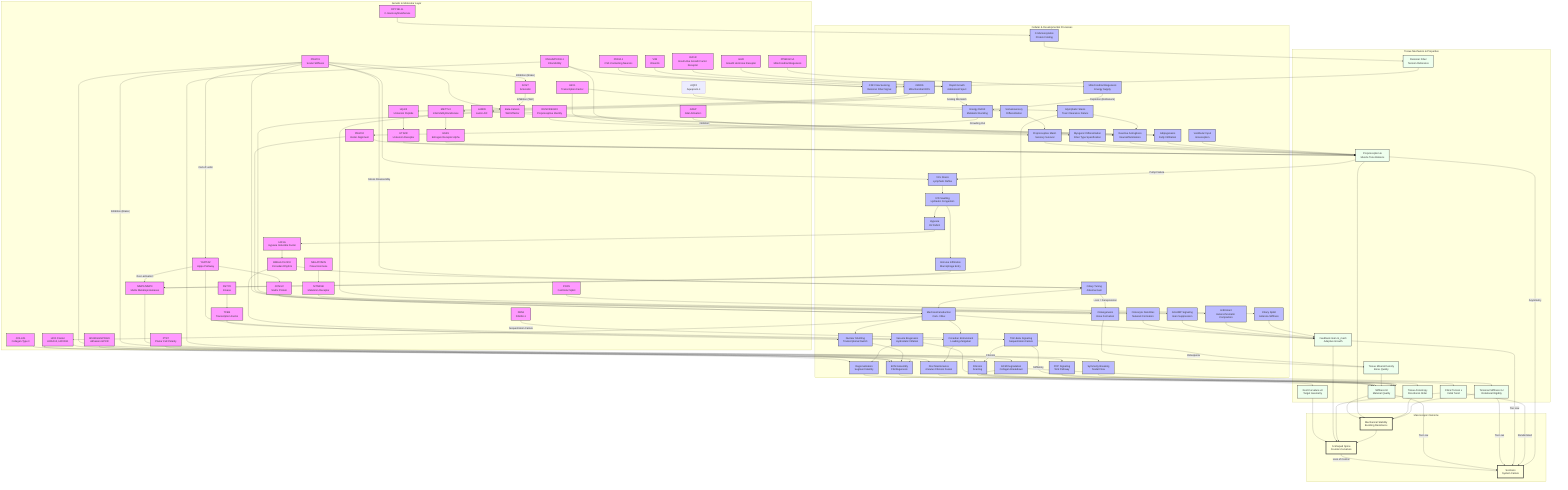
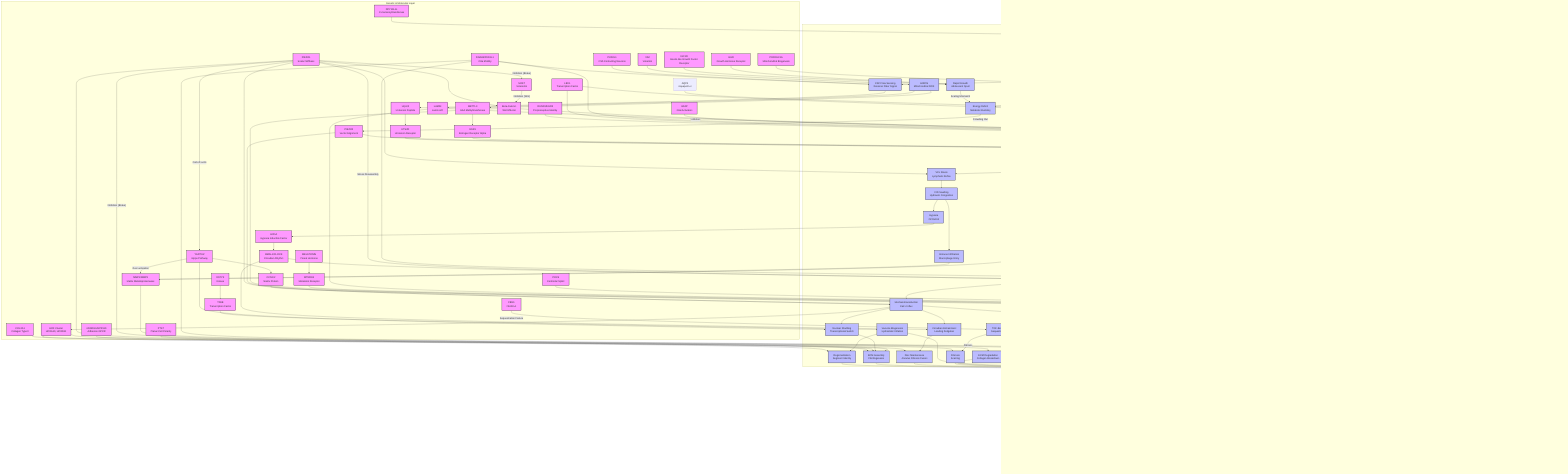
graph TD
    %% Subgraphs for Organization
    subgraph Genetics [Genetic & Molecular Layer]
        HOX[HOX Cluster<br/>HOXA10, HOXD11]
        COL[COL2A1<br/>Collagen Type II]
        PIEZO1[PIEZO1<br/>Scalar Stiffness]
        PIEZO2[PIEZO2<br/>Vector Alignment]
        CILIA[DNAH5/PKD1L1<br/>Cilia Motility]
        LBX1[LBX1<br/>Transcription Factor]
        ADGRG6[ADGRG6/GPR126<br/>Adhesion GPCR]
        PTK7[PTK7<br/>Planar Cell Polarity]
        YAP[YAP/TAZ<br/>Hippo Pathway]
        PKD2L1[PKD2L1<br/>CSF-Contacting Neurons]
        MMP[MMP1/MMP3<br/>Matrix Metalloproteinases]
        URP[Urp1/2<br/>Urotensin Peptide]
        UTS2R[UTS2R<br/>Urotensin Receptor]
        GFAP[GFAP<br/>Glial Activation]
        VIM[VIM<br/>Vimentin]
        LAMIN[LAMIN<br/>Lamin A/C]
        BMAL1[BMAL1/CLOCK<br/>Circadian Rhythm]
        RUNX3[RUNX3/EGR3<br/>Proprioceptive Identity]
        METTL3[METTL3<br/>m6A Methyltransferase]
        ESR1[ESR1<br/>Estrogen Receptor Alpha]
        AQP4[AQP4<br/>Aquaporin-4]
        MELATONIN[MELATONIN<br/>Pineal Hormone]
        MT2[MTNR1B<br/>Melatonin Receptor]
        HIF1A[HIF1A<br/>Hypoxia Inducible Factor]
        POC5[POC5<br/>Centriolar Splint]
        DSTYK[DSTYK<br/>Kinase]
        TFEB[TFEB<br/>Transcription Factor]
        Beta_Catenin[Beta-Catenin<br/>Wnt Effector]
        DPY19L1L[DPY19L1L<br/>C-mannosyltransferase]
        IGF1R[IGF1R<br/>Insulin-like Growth Factor Receptor]
        GHR[GHR<br/>Growth Hormone Receptor]
        SOST[SOST<br/>Sclerostin]
        FBN1[FBN1<br/>Fibrillin-1]
        CCN[CCN1/2<br/>Matrix Protein]
        PPARGC1A[PPARGC1A<br/>Mitochondrial Biogenesis]
    end

    subgraph Processes [Cellular & Developmental Processes]
        Astrogliosis[Reactive Astrogliosis<br/>Neuroinflammation]
        Region[Regionalization<br/>Segment Identity]
        ECM_Assembly[ECM Assembly<br/>Fibrillogenesis]
        Nucl_Shuttle[Nuclear Shuttling<br/>Transcriptional Switch]
        Mech_Trans[Mechanotransduction<br/>Ca2+ Influx]
        Sym_Break[Symmetry Breaking<br/>Nodal Flow]
        CSF_Sensing[CSF Flow Sensing<br/>Reissner Fiber Signal]
        Neur_Diff[Somatosensory<br/>Differentiation]
        Muscle_Diff[Myogenic Differentiation<br/>Fiber Type Specification]
        Disc_Maint[Disc Maintenance<br/>Annulus Fibrosis Fusion]
        PCP_Sig[PCP Signaling<br/>Wnt Pathway]
        Degradation[ECM Degradation<br/>Collagen Breakdown]
        mtROS[mtROS<br/>Mitochondrial ROS]
        Adipogenesis[Adipogenesis<br/>Fatty Infiltration]
        Hydraulic_Congestion[IVD Swelling<br/>Hydraulic Congestion]
        Immune_Infilt[Immune Infiltration<br/>Macrophage Entry]
        Circadian_Entrain[Circadian Entrainment<br/>Loading Zeitgeber]
        Proprio_Maint[Proprioceptive Maint.<br/>Sensory Survival]
        H3K9me3[H3K9me3<br/>Heterochromatin Compaction]
        VCL_Stasis[VCL Stasis<br/>Lymphatic Reflux]
        Glymphatic_Stasis[Glymphatic Stasis<br/>Toxic Clearance Failure]
        Vestibular_Input[Vestibular Input<br/>Graviception]
        Gi_cAMP[Gi/cAMP Signaling<br/>Gain Suppression]
        Ciliary_Tuning[Ciliary Tuning<br/>Antenna Gain]
        Hypoxia[Hypoxia<br/>O2 Deficit]
        Osteogenesis[Osteogenesis<br/>Bone Formation]
        Ciliary_Splint[Ciliary Splint<br/>Antenna Stiffness]
        Vacuole_Biogenesis[Vacuole Biogenesis<br/>Hydrostatic Inflation]
        C_Mannosylation[C-Mannosylation<br/>Protein Folding]
        Rapid_Growth[Rapid Growth<br/>Adolescent Spurt]
        Energy_Deficit[Energy Deficit<br/>Metabolic Buckling]
        mtBiogenesis[Mitochondrial Biogenesis<br/>Energy Supply]
        Fibrosis[Fibrosis<br/>Scarring]
        TGFB[TGF-Beta Signaling<br/>Sequestration Failure]
        Osteocyte_Dendrite[Osteocyte Dendrites<br/>Network Formation]
+         Actin_Dynamics[Actin Cytoskeleton<br/>Strain Rearrangement]
+         VEGF_A[VEGF-A/PGE2<br/>Secretory Response]
    end

    subgraph Tissue [Tissue Mechanics & Properties]
        Rest_Kappa[Rest Curvature κ0<br/>Target Geometry]
        Stiffness[Stiffness EI<br/>Material Quality]
        Torsional_Stiffness[Torsional Stiffness GJ<br/>Rotational Rigidity]
        Gain[Feedback Gain G_mech<br/>Adaptive Growth]
        Torsion[Chiral Torsion ε<br/>Initial Twist]
        Muscle_Tone[Proprioception &<br/>Muscle Tone Balance]
        Anisotropy[Tissue Anisotropy<br/>Directional Order]
        TMD[Tissue Mineral Density<br/>Bone Quality]
        Reissner_Fiber[Reissner Fiber<br/>Tension Reference]
    end

    subgraph Outcome [Macroscopic Outcome]
        S_Curve[S-Shaped Spine<br/>Counter-Curvature]
        Stability[Mechanical Stability<br/>Buckling Resistance]
        Scoliosis[Scoliosis<br/>System Failure]
    end

    %% Connections
    HOX --> Region
    Region --> Rest_Kappa
    Rest_Kappa --> S_Curve

    COL --> ECM_Assembly
    ECM_Assembly --> Stiffness
    Stiffness --> Stability

    PIEZO1 --> Mech_Trans
    PIEZO2 --> Mech_Trans
    Mech_Trans --> Gain
    Gain --> S_Curve

    %% NEW ARC: Piezo Duality (Vector-Scalar Mismatch)
    PIEZO1 --> ECM_Assembly
    PIEZO2 --> Muscle_Tone

    CILIA --> Sym_Break
    Sym_Break --> Torsion
    Torsion --> S_Curve

    LBX1 --> Neur_Diff
    LBX1 --> Muscle_Diff
    Neur_Diff --> Proprio_Maint
    Proprio_Maint --> Muscle_Tone
    Muscle_Diff --> Muscle_Tone
    Muscle_Tone --> Stability

    %% NEW ARC: Proprioceptive Maintenance
    RUNX3 --> Proprio_Maint

    %% NEW ARC: ADGRG6
    ADGRG6 --> Disc_Maint
    Disc_Maint --> Stiffness

    %% NEW ARC: PTK7
    PTK7 --> PCP_Sig
    PCP_Sig --> Anisotropy
    Anisotropy --> Stability

    %% NEW ARC: YAP/TAZ
    YAP --> Nucl_Shuttle
    Nucl_Shuttle --> ECM_Assembly
    Mech_Trans --> Nucl_Shuttle

    %% NEW ARC: Osteocyte Dendrite Cost Mechanism (Hu et al. 2025)
    YAP --> CCN
    CCN --> Osteocyte_Dendrite
    Osteocyte_Dendrite --> Gain

    %% NEW ARC: CSF/Reissner Fiber
    CILIA --> CSF_Sensing
    PKD2L1 --> CSF_Sensing
    CSF_Sensing --> URP
    URP --> UTS2R
    UTS2R --> Muscle_Tone

    %% NEW ARC: MMP Degradation
    MMP --> Degradation
    Degradation --> Stiffness

    %% NEW ARC: Neuro-Inflammatory Pathway
    CILIA --> Astrogliosis
    GFAP --> Astrogliosis
    Astrogliosis --> Muscle_Tone

    %% NEW ARC: Vimentin Metabolic Switch
    VIM --> mtROS
    mtROS --> LAMIN
    LAMIN --> Adipogenesis
    Adipogenesis --> Muscle_Tone

    %% NEW ARC: Inflamed Torsion
    Hydraulic_Congestion --> Immune_Infilt
    Immune_Infilt --> MMP
    Degradation --> Torsional_Stiffness
    Torsional_Stiffness --> Stability

    %% NEW ARC: Glymphatic Stasis
    AQP4 --> Glymphatic_Stasis
    Glymphatic_Stasis --> Astrogliosis

    %% NEW ARC: Glymphatic-MMP Axis (Chen et al., 2025)
    Glymphatic_Stasis --> MMP

    %% NEW ARC: Melatonin Gain Control
    MELATONIN --> MT2
    MT2 --> Gi_cAMP
    Gi_cAMP --> Gain

    %% NEW ARC: Vestibular Asymmetry
    Vestibular_Input --> Muscle_Tone

    %% Cross-Talk and Failures
    Stability --> S_Curve
    S_Curve -- "Loss of Control" --> Scoliosis
    Stiffness -- "Too Low" --> Scoliosis
    Torsional_Stiffness -- "Too Low" --> Scoliosis
    Gain -- "Too Low" --> Scoliosis
    Torsion -- "Randomized" --> Scoliosis
    Muscle_Tone -- "Asymmetry" --> Scoliosis

    %% Styling
    classDef gene fill:#f9f,stroke:#333,stroke-width:2px;
    classDef process fill:#bbf,stroke:#333,stroke-width:2px;
    classDef tissue fill:#efe,stroke:#333,stroke-width:2px;
    classDef outcome fill:#ffd,stroke:#333,stroke-width:4px;

    %% NEW ARC: Spinal Jetlag
    BMAL1 --> Circadian_Entrain
    Mech_Trans --> Circadian_Entrain
    Circadian_Entrain --> Disc_Maint

    %% NEW ARC: Tunable Antenna (Miyoshi et al., 2024)
    BMAL1 --> Ciliary_Tuning
    Ciliary_Tuning --> Mech_Trans

    %% NEW ARC: Epigenetic Asymmetry
    mtROS --> METTL3
    METTL3 --> ESR1
    ESR1 --> Muscle_Tone

    %% NEW ARC: Nuclear Stiffness (Scalar Senescence)
    LAMIN --> H3K9me3
    H3K9me3 --> Gain

    %% NEW ARC: Lymphatic Drainage Pathway (VCL)
    Muscle_Tone -- "Pump Failure" --> VCL_Stasis
    VCL_Stasis --> Hydraulic_Congestion

    %% NEW ARC: Hypoxic Clock Block (HIF1A)
    Hydraulic_Congestion --> Hypoxia
    Hypoxia --> HIF1A
    HIF1A --> BMAL1

    %% NEW ARC: Tension-Dependent Identity (HOX)
    Mech_Trans --> HOX
    HOX --> ECM_Assembly

    %% NEW ARC: Bone Mineralization (Ramli et al., 2024)
    %% PIEZO1 --> Osteogenesis (Replaced by BMSC Switch below)
    Osteogenesis --> TMD
    TMD --> Stiffness

    %% NEW ARC: BMSC Fate Switch (Li et al., 2023)
    PIEZO1 --> Beta_Catenin
    Beta_Catenin --> Osteogenesis
    Beta_Catenin -- "Inhibition" --> Adipogenesis

    %% NEW ARC: Centriolar Splint (POC5)
    POC5 --> Ciliary_Splint
    Ciliary_Splint --> Gain

    %% NEW ARC: Hydrostatic Skeleton (DSTYK/TFEB)
    DSTYK --> TFEB
    TFEB --> Vacuole_Biogenesis
    Vacuole_Biogenesis --> Stiffness
    Vacuole_Biogenesis --> Region

    %% NEW ARC: Piezo-Cilia Stress Lock (Chen et al., 2025)
    PIEZO1 -- "Stress Disassembly" --> Ciliary_Tuning
    Ciliary_Tuning -- "Loss = Derepression" --> Osteogenesis

    %% NEW ARC: Sweet String Pathway (DPY19L1L)
    DPY19L1L --> C_Mannosylation
    C_Mannosylation --> Reissner_Fiber
    Reissner_Fiber --> CSF_Sensing

    %% NEW ARC: Metabolic Buckling Pathway
    IGF1R --> Rapid_Growth
    GHR --> Rapid_Growth
    Rapid_Growth -- "Scaling Mismatch" --> Energy_Deficit
    Energy_Deficit -- "Crowding Out" --> PIEZO2
    PPARGC1A --> mtBiogenesis
    mtBiogenesis -- "Depletion (Bottleneck)" --> Energy_Deficit

    %% NEW ARC: Piezo-Lymphatic Baroreflex
    PIEZO1 --> VCL_Stasis

    %% NEW ARC: Piezo-Fibrosis Brake (Rashidi et al., 2025)
    PIEZO1 -- "Inhibition (Brake)" --> Fibrosis
    Fibrosis --> Stiffness

    %% NEW ARC: Sclerostin Brake (Vasiliadis 2021)
    PIEZO1 -- "Inhibition (Brake)" --> SOST
    SOST -- "Inhibition (Wnt)" --> Beta_Catenin

    %% NEW ARC: PIEZO1-YAP Disc Degeneration Axis (Peng et al., 2025)
    PIEZO1 -- "Ca2+/F-actin" --> YAP
    YAP -- "Over-activation" --> MMP

    %% NEW ARC: Fibrillin-TGFB Tether (Marfanoid Mechanism)
    FBN1 -- "Sequestration Failure" --> TGFB
    TGFB -- "Osteopenia" --> TMD
    TGFB -- "Fibrosis" --> Fibrosis
    TGFB -- "Stiffening" --> Stiffness

+     %% NEW ARC: Osteoblast Mechanotransduction Defect (Oliazadeh et al., 2022)
+     CILIA --> Actin_Dynamics
+     Actin_Dynamics -- "Impaired in AIS" --> VEGF_A
+     VEGF_A --> Gain
+ 
    class HOX,COL,PIEZO1,PIEZO2,CILIA,LBX1,ADGRG6,PTK7,YAP,PKD2L1,MMP,URP,UTS2R,GFAP,VIM,LAMIN,BMAL1,RUNX3,METTL3,ESR1,MELATONIN,MT2,HIF1A,POC5,DSTYK,TFEB,Beta_Catenin,DPY19L1L,IGF1R,GHR,SOST,FBN1,CCN,PPARGC1A gene;
-     class Region,ECM_Assembly,Mech_Trans,Sym_Break,Neur_Diff,Muscle_Diff,Disc_Maint,PCP_Sig,Nucl_Shuttle,CSF_Sensing,Degradation,Astrogliosis,mtROS,Adipogenesis,Hydraulic_Congestion,Immune_Infilt,Circadian_Entrain,Proprio_Maint,H3K9me3,VCL_Stasis,Glymphatic_Stasis,Vestibular_Input,Gi_cAMP,Ciliary_Tuning,Hypoxia,Osteogenesis,Ciliary_Splint,Vacuole_Biogenesis,C_Mannosylation,Rapid_Growth,Energy_Deficit,mtBiogenesis,Fibrosis,TGFB,Osteocyte_Dendrite process;
+     class Region,ECM_Assembly,Mech_Trans,Sym_Break,Neur_Diff,Muscle_Diff,Disc_Maint,PCP_Sig,Nucl_Shuttle,CSF_Sensing,Degradation,Astrogliosis,mtROS,Adipogenesis,Hydraulic_Congestion,Immune_Infilt,Circadian_Entrain,Proprio_Maint,H3K9me3,VCL_Stasis,Glymphatic_Stasis,Vestibular_Input,Gi_cAMP,Ciliary_Tuning,Hypoxia,Osteogenesis,Ciliary_Splint,Vacuole_Biogenesis,C_Mannosylation,Rapid_Growth,Energy_Deficit,mtBiogenesis,Fibrosis,TGFB,Osteocyte_Dendrite,Actin_Dynamics,VEGF_A process;
    class Rest_Kappa,Stiffness,Torsional_Stiffness,Gain,Torsion,Muscle_Tone,Anisotropy,TMD,Reissner_Fiber tissue;
    class S_Curve,Stability,Scoliosis outcome;
